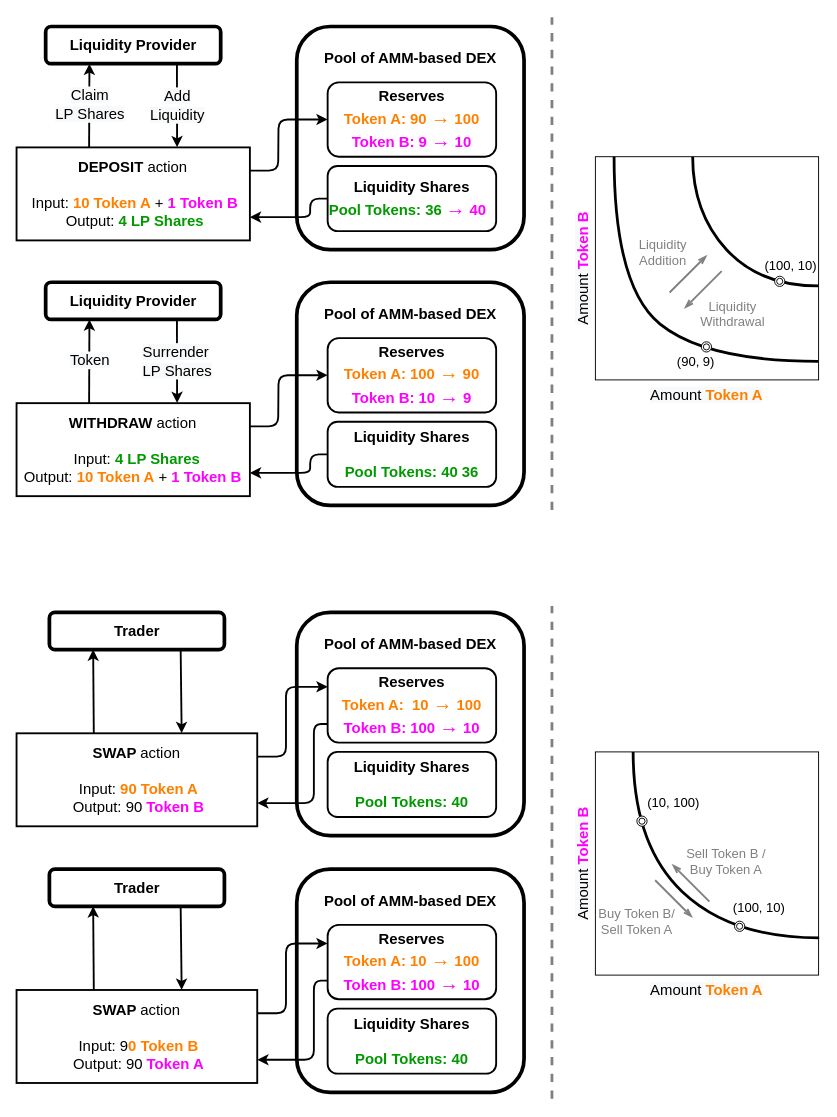
Before: page "Page-2" (2 of 2) of assets/AMM mechanism.drawio in xujiahuayz/bondingcurves, a draw.io diagram. Source tidied: cells renumbered, new cells numbered last; positions are measured from the earlier drawing's top-left corner, leaving out a move shared by most shapes. Both pictures are drawn from the tidied source at 93%, with x=0, y=0 at pixel (16, 17).
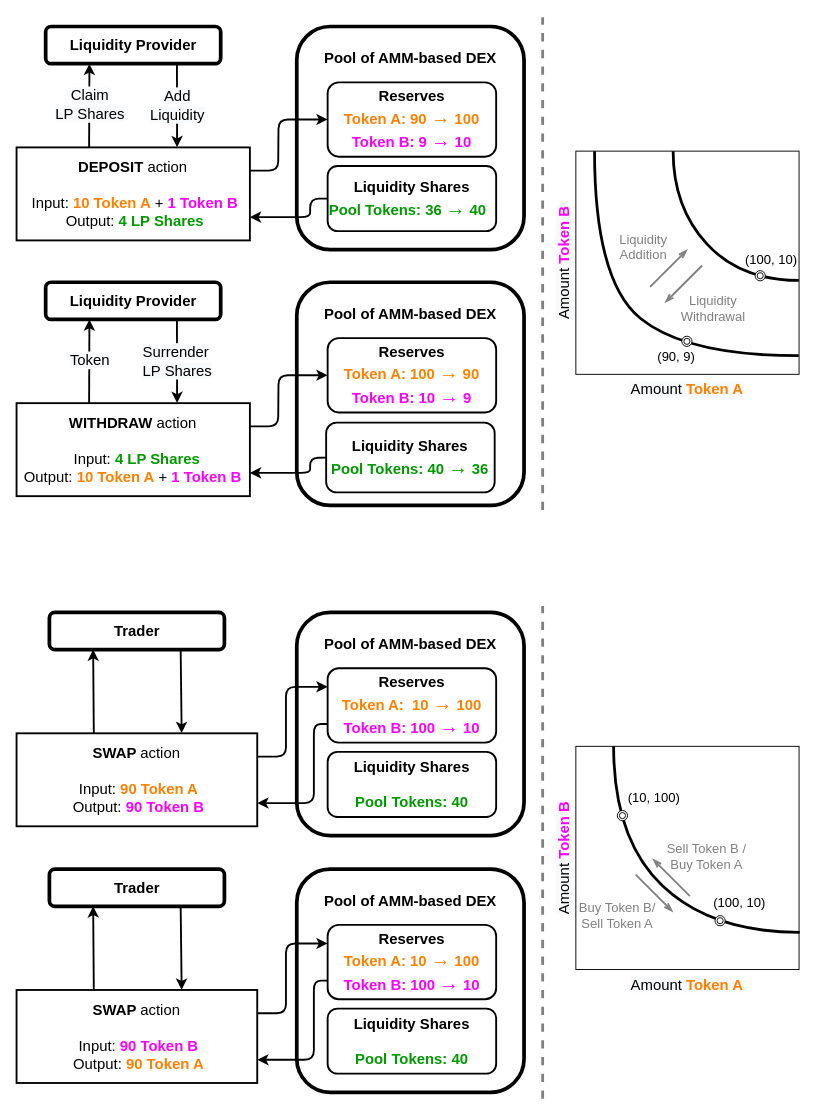
The same diagram, later.

The change refers to these unchanged cells:
```xml
<mxCell id="46" value="&lt;div&gt;&lt;b&gt;WITHDRAW&amp;nbsp;&lt;/b&gt;action&lt;/div&gt;&lt;div&gt;&lt;br&gt;&lt;/div&gt;&lt;span style=&quot;text-align: left&quot;&gt;&amp;nbsp;&lt;/span&gt;&lt;span style=&quot;text-align: left&quot;&gt;&amp;nbsp;Input:&amp;nbsp;&lt;/span&gt;&lt;font color=&quot;#009900&quot; style=&quot;text-align: left&quot;&gt;&lt;b&gt;4 LP Shares&lt;/b&gt;&lt;/font&gt;&lt;span style=&quot;text-align: left&quot;&gt;&lt;br&gt;Output: &lt;font color=&quot;#ff8000&quot;&gt;&lt;b&gt;10 Token A&lt;/b&gt;&lt;/font&gt;&lt;font color=&quot;#cc6600&quot;&gt; &lt;/font&gt;+ &lt;font color=&quot;#ff00ff&quot;&gt;&lt;b&gt;1 Token B&lt;/b&gt;&lt;/font&gt;&lt;/span&gt;" style="rounded=0;whiteSpace=wrap;html=1;shadow=0;fontSize=16;strokeWidth=2;fillColor=none;gradientColor=none;" parent="1" vertex="1">
  <mxGeometry x="0.3" y="415" width="250.9" height="100" as="geometry" />
</mxCell>
```

Diff of the diagram source:
```diff
@@
     <mxCell id="2" style="whiteSpace=wrap;html=1;rounded=0;fontColor=#FF00FF;fillColor=none;" parent="1" vertex="1">
-      <mxGeometry x="622.7" y="150" width="240" height="240" as="geometry" />
+      <mxGeometry x="601.7" y="144" width="240" height="240" as="geometry" />
     </mxCell>
@@
-    <mxCell id="7" value="&lt;b&gt;Liquidity Shares&lt;/b&gt;&lt;br&gt;&lt;font color=&quot;#009900&quot;&gt;&lt;b&gt;Pool Tokens: 36&amp;nbsp;&lt;/b&gt;&lt;/font&gt;&lt;span style=&quot;font-family: &amp;#34;arial unicode ms&amp;#34; , &amp;#34;lucida sans unicode&amp;#34; , sans-serif&quot;&gt;&lt;font color=&quot;#ff00ff&quot; style=&quot;font-size: 21px&quot;&gt;→&lt;/font&gt;&lt;/span&gt;&lt;b&gt;&lt;font color=&quot;#ff00ff&quot;&gt;&amp;nbsp;40&lt;/font&gt;&lt;/b&gt;&lt;font color=&quot;#009900&quot;&gt;&lt;b&gt;&amp;nbsp;&amp;nbsp;&lt;/b&gt;&lt;/font&gt;" style="rounded=1;whiteSpace=wrap;html=1;shadow=0;fontSize=16;strokeWidth=2;fillColor=none;gradientColor=none;" parent="1" vertex="1">
+    <mxCell id="7" value="&lt;b&gt;Liquidity Shares&lt;/b&gt;&lt;br&gt;&lt;font color=&quot;#009900&quot;&gt;&lt;b&gt;Pool Tokens: 36&amp;nbsp;&lt;/b&gt;&lt;span style=&quot;font-family: &amp;#34;arial unicode ms&amp;#34; , &amp;#34;lucida sans unicode&amp;#34; , sans-serif&quot;&gt;&lt;font style=&quot;font-size: 21px&quot;&gt;→&lt;/font&gt;&lt;/span&gt;&lt;b&gt;&amp;nbsp;40&lt;/b&gt;&lt;b&gt;&amp;nbsp;&amp;nbsp;&lt;/b&gt;&lt;/font&gt;" style="rounded=1;whiteSpace=wrap;html=1;shadow=0;fontSize=16;strokeWidth=2;fillColor=none;gradientColor=none;" parent="1" vertex="1">
       <mxGeometry x="334.8" y="160" width="181.2" height="70" as="geometry" />
     </mxCell>
@@
     <mxCell id="13" value="&lt;span style=&quot;font-family: &amp;#34;helvetica&amp;#34; ; font-size: 16px ; font-style: normal ; letter-spacing: normal ; text-indent: 0px ; text-transform: none ; word-spacing: 0px ; background-color: rgb(248 , 249 , 250) ; display: inline ; float: none&quot;&gt;Amount&lt;font color=&quot;#ff8000&quot; style=&quot;font-weight: bold&quot;&gt; Token A&lt;/font&gt;&lt;/span&gt;" style="text;whiteSpace=wrap;html=1;align=center;" parent="1" vertex="1">
-      <mxGeometry x="658.4" y="390" width="168.6" height="30" as="geometry" />
+      <mxGeometry x="637.4" y="384" width="168.6" height="30" as="geometry" />
     </mxCell>
     <mxCell id="14" value="&lt;span style=&quot;font-family: &amp;#34;helvetica&amp;#34; ; font-size: 16px ; font-style: normal ; letter-spacing: normal ; text-indent: 0px ; text-transform: none ; word-spacing: 0px ; background-color: rgb(248 , 249 , 250) ; display: inline ; float: none&quot;&gt;Amount&lt;b style=&quot;color: rgb(255 , 0 , 255)&quot;&gt; Token B&lt;/b&gt;&lt;/span&gt;" style="text;whiteSpace=wrap;html=1;rotation=-90;align=center;" parent="1" vertex="1">
-      <mxGeometry x="533.3" y="255" width="150" height="30" as="geometry" />
+      <mxGeometry x="512.3" y="249" width="150" height="30" as="geometry" />
     </mxCell>
@@
-    <mxCell id="16" value="&lt;div&gt;&lt;b&gt;SWAP &lt;/b&gt;action&lt;/div&gt;&lt;div&gt;&lt;br&gt;&lt;/div&gt;&lt;span style=&quot;text-align: left&quot;&gt;&amp;nbsp;Input: &lt;font color=&quot;#ff8000&quot;&gt;&lt;b&gt;90 Token A&lt;/b&gt;&lt;/font&gt;&lt;/span&gt;&lt;br style=&quot;text-align: left&quot;&gt;&lt;span style=&quot;text-align: left&quot;&gt;&amp;nbsp;Output: 90&lt;font color=&quot;#ff00ff&quot;&gt;&lt;b&gt;&amp;nbsp;Token B&lt;/b&gt;&lt;/font&gt;&lt;/span&gt;" style="rounded=0;whiteSpace=wrap;html=1;shadow=0;fontSize=16;strokeWidth=2;fillColor=none;gradientColor=none;" parent="1" vertex="1">
+    <mxCell id="16" value="&lt;div&gt;&lt;b&gt;SWAP &lt;/b&gt;action&lt;/div&gt;&lt;div&gt;&lt;br&gt;&lt;/div&gt;&lt;span style=&quot;text-align: left&quot;&gt;&amp;nbsp;Input: &lt;font color=&quot;#ff8000&quot;&gt;&lt;b&gt;90 Token A&lt;/b&gt;&lt;/font&gt;&lt;/span&gt;&lt;br style=&quot;text-align: left&quot;&gt;&lt;span style=&quot;text-align: left&quot;&gt;&amp;nbsp;Output: &lt;b&gt;&lt;font color=&quot;#ff00ff&quot;&gt;90&lt;/font&gt;&lt;/b&gt;&lt;font color=&quot;#ff00ff&quot;&gt;&lt;b&gt;&amp;nbsp;Token B&lt;/b&gt;&lt;/font&gt;&lt;/span&gt;" style="rounded=0;whiteSpace=wrap;html=1;shadow=0;fontSize=16;strokeWidth=2;fillColor=none;gradientColor=none;" parent="1" vertex="1">
       <mxGeometry x="0.3" y="770" width="258.8" height="100" as="geometry" />
     </mxCell>
@@
     <mxCell id="21" style="curved=1;endArrow=none;html=1;rounded=0;fontColor=#FF00FF;startArrow=none;startFill=0;endFill=0;strokeWidth=3;" parent="1" edge="1">
       <mxGeometry relative="1" as="geometry">
-        <mxPoint x="862.3" y="370" as="sourcePoint" />
-        <mxPoint x="642.8" y="150" as="targetPoint" />
+        <mxPoint x="841.3" y="364" as="sourcePoint" />
+        <mxPoint x="621.8" y="144" as="targetPoint" />
         <Array as="points">
-          <mxPoint x="741.8" y="370" />
-          <mxPoint x="642.8" y="290" />
+          <mxPoint x="720.8" y="364" />
+          <mxPoint x="621.8" y="284" />
         </Array>
       </mxGeometry>
     </mxCell>
     <mxCell id="22" style="ellipse;shape=doubleEllipse;whiteSpace=wrap;html=1;" parent="1" vertex="1">
-      <mxGeometry x="736.6" y="349" width="11" height="11" as="geometry" />
+      <mxGeometry x="715.6" y="343" width="11" height="11" as="geometry" />
     </mxCell>
     <mxCell id="23" value="&lt;font color=&quot;#000000&quot; style=&quot;font-size: 14px&quot;&gt;(90, 9)&lt;/font&gt;" style="text;html=1;strokeColor=none;fillColor=none;align=center;verticalAlign=middle;whiteSpace=wrap;rounded=0;labelBackgroundColor=none;fontColor=#FFFFFF;" parent="1" vertex="1">
-      <mxGeometry x="701.3" y="356" width="60" height="30" as="geometry" />
+      <mxGeometry x="680.3" y="350" width="60" height="30" as="geometry" />
     </mxCell>
     <mxCell id="24" value="&lt;font color=&quot;#000000&quot; style=&quot;font-size: 14px&quot;&gt;(100, 10)&lt;/font&gt;" style="text;html=1;strokeColor=none;fillColor=none;align=center;verticalAlign=middle;whiteSpace=wrap;rounded=0;labelBackgroundColor=none;fontColor=#FFFFFF;" parent="1" vertex="1">
-      <mxGeometry x="802.7" y="251.5" width="60" height="30" as="geometry" />
+      <mxGeometry x="781.7" y="245.5" width="60" height="30" as="geometry" />
     </mxCell>
     <mxCell id="25" style="endArrow=openThin;html=1;rounded=0;fillColor=#f5f5f5;strokeColor=#808080;strokeWidth=2;endFill=0;" parent="1" edge="1">
       <mxGeometry relative="1" as="geometry">
-        <mxPoint x="702.5" y="296" as="sourcePoint" />
-        <mxPoint x="742.6" y="256" as="targetPoint" />
+        <mxPoint x="681.5" y="290" as="sourcePoint" />
+        <mxPoint x="721.6" y="250" as="targetPoint" />
       </mxGeometry>
     </mxCell>
     <mxCell id="26" style="endArrow=openThin;html=1;rounded=0;fillColor=#f5f5f5;strokeColor=#808080;strokeWidth=2;endFill=0;" parent="1" edge="1">
       <mxGeometry relative="1" as="geometry">
-        <mxPoint x="758.5" y="273" as="sourcePoint" />
-        <mxPoint x="718.5" y="313" as="targetPoint" />
+        <mxPoint x="737.5" y="267" as="sourcePoint" />
+        <mxPoint x="697.5" y="307" as="targetPoint" />
       </mxGeometry>
     </mxCell>
     <mxCell id="27" value="&lt;font style=&quot;font-size: 14px&quot; color=&quot;#808080&quot;&gt;Liquidity&lt;br&gt;Addition&lt;/font&gt;" style="text;html=1;align=center;verticalAlign=middle;strokeColor=none;fillColor=none;fontColor=#000000;" parent="1" vertex="1">
-      <mxGeometry x="659.8" y="233" width="70" height="40" as="geometry" />
+      <mxGeometry x="638.8" y="227" width="70" height="40" as="geometry" />
     </mxCell>
     <mxCell id="28" value="&lt;font style=&quot;font-size: 14px&quot; color=&quot;#808080&quot;&gt;Liquidity&lt;br&gt;Withdrawal&lt;/font&gt;" style="text;html=1;align=center;verticalAlign=middle;strokeColor=none;fillColor=none;fontColor=#000000;" parent="1" vertex="1">
-      <mxGeometry x="729.7" y="299" width="80" height="40" as="geometry" />
+      <mxGeometry x="708.7" y="293" width="80" height="40" as="geometry" />
     </mxCell>
     <mxCell id="29" style="whiteSpace=wrap;html=1;rounded=0;fontColor=#FF00FF;fillColor=none;" parent="1" vertex="1">
-      <mxGeometry x="622.7" y="790" width="240" height="240" as="geometry" />
+      <mxGeometry x="601.7" y="784" width="240" height="240" as="geometry" />
     </mxCell>
     <mxCell id="30" value="&lt;span style=&quot;font-family: &amp;#34;helvetica&amp;#34; ; font-size: 16px ; font-style: normal ; letter-spacing: normal ; text-indent: 0px ; text-transform: none ; word-spacing: 0px ; background-color: rgb(248 , 249 , 250) ; display: inline ; float: none&quot;&gt;Amount&lt;font color=&quot;#ff8000&quot; style=&quot;font-weight: bold&quot;&gt; Token A&lt;/font&gt;&lt;/span&gt;" style="text;whiteSpace=wrap;html=1;align=center;" parent="1" vertex="1">
-      <mxGeometry x="658.4" y="1030" width="168.6" height="30" as="geometry" />
+      <mxGeometry x="637.4" y="1024" width="168.6" height="30" as="geometry" />
     </mxCell>
     <mxCell id="31" value="&lt;span style=&quot;font-family: &amp;#34;helvetica&amp;#34; ; font-size: 16px ; font-style: normal ; letter-spacing: normal ; text-indent: 0px ; text-transform: none ; word-spacing: 0px ; background-color: rgb(248 , 249 , 250) ; display: inline ; float: none&quot;&gt;Amount&lt;b style=&quot;color: rgb(255 , 0 , 255)&quot;&gt; Token B&lt;/b&gt;&lt;/span&gt;" style="text;whiteSpace=wrap;html=1;rotation=-90;align=center;" parent="1" vertex="1">
-      <mxGeometry x="533.3" y="895" width="150" height="30" as="geometry" />
+      <mxGeometry x="512.3" y="889" width="150" height="30" as="geometry" />
     </mxCell>
     <mxCell id="32" style="curved=1;endArrow=none;html=1;rounded=0;fontColor=#FF00FF;startArrow=none;startFill=0;endFill=0;strokeWidth=3;" parent="1" edge="1">
       <mxGeometry relative="1" as="geometry">
-        <mxPoint x="863.3" y="990" as="sourcePoint" />
-        <mxPoint x="663.3" y="790" as="targetPoint" />
+        <mxPoint x="842.3" y="984" as="sourcePoint" />
+        <mxPoint x="642.3" y="784" as="targetPoint" />
         <Array as="points">
-          <mxPoint x="768.3" y="990" />
-          <mxPoint x="663.3" y="890" />
+          <mxPoint x="747.3" y="984" />
+          <mxPoint x="642.3" y="884" />
         </Array>
       </mxGeometry>
     </mxCell>
     <mxCell id="33" style="ellipse;shape=doubleEllipse;whiteSpace=wrap;html=1;" parent="1" vertex="1">
-      <mxGeometry x="772.3" y="972" width="11" height="11" as="geometry" />
+      <mxGeometry x="751.3" y="966" width="11" height="11" as="geometry" />
     </mxCell>
     <mxCell id="34" value="&lt;font color=&quot;#000000&quot; style=&quot;font-size: 14px&quot;&gt;(100, 10)&lt;/font&gt;" style="text;html=1;strokeColor=none;fillColor=none;align=center;verticalAlign=middle;whiteSpace=wrap;rounded=0;labelBackgroundColor=none;fontColor=#FFFFFF;" parent="1" vertex="1">
-      <mxGeometry x="769.3" y="943" width="60" height="30" as="geometry" />
+      <mxGeometry x="748.3" y="937" width="60" height="30" as="geometry" />
     </mxCell>
     <mxCell id="35" style="endArrow=openThin;html=1;rounded=0;fillColor=#f5f5f5;strokeColor=#808080;strokeWidth=2;endFill=0;" parent="1" edge="1">
       <mxGeometry relative="1" as="geometry">
-        <mxPoint x="745.3" y="951" as="sourcePoint" />
-        <mxPoint x="705.3" y="911" as="targetPoint" />
+        <mxPoint x="724.3" y="945" as="sourcePoint" />
+        <mxPoint x="684.3" y="905" as="targetPoint" />
       </mxGeometry>
     </mxCell>
     <mxCell id="36" value="&lt;font style=&quot;font-size: 14px&quot; color=&quot;#808080&quot;&gt;Sell Token B /&lt;br&gt;Buy Token A&lt;/font&gt;" style="text;html=1;align=center;verticalAlign=middle;strokeColor=none;fillColor=none;fontColor=#000000;" parent="1" vertex="1">
-      <mxGeometry x="713.3" y="888" width="100" height="40" as="geometry" />
+      <mxGeometry x="692.3" y="882" width="100" height="40" as="geometry" />
     </mxCell>
     <mxCell id="37" style="endArrow=none;html=1;rounded=0;fillColor=#f5f5f5;strokeColor=#808080;strokeWidth=2;endFill=0;startArrow=openThin;startFill=0;" parent="1" edge="1">
       <mxGeometry relative="1" as="geometry">
-        <mxPoint x="727" y="968" as="sourcePoint" />
-        <mxPoint x="687" y="928" as="targetPoint" />
+        <mxPoint x="706" y="962" as="sourcePoint" />
+        <mxPoint x="666" y="922" as="targetPoint" />
       </mxGeometry>
     </mxCell>
     <mxCell id="38" value="&lt;font style=&quot;font-size: 14px&quot; color=&quot;#808080&quot;&gt;Buy Token B/&lt;br&gt;Sell Token A&lt;/font&gt;" style="text;html=1;align=center;verticalAlign=middle;strokeColor=none;fillColor=none;fontColor=#000000;" parent="1" vertex="1">
-      <mxGeometry x="616.7" y="952" width="100" height="40" as="geometry" />
+      <mxGeometry x="595.7" y="946" width="100" height="40" as="geometry" />
     </mxCell>
     <mxCell id="39" style="curved=1;endArrow=none;html=1;rounded=0;fontColor=#FF00FF;startArrow=none;startFill=0;endFill=0;strokeWidth=3;exitX=0.995;exitY=0.579;exitDx=0;exitDy=0;exitPerimeter=0;" parent="1" edge="1">
       <mxGeometry relative="1" as="geometry">
-        <mxPoint x="862.5" y="289" as="sourcePoint" />
-        <mxPoint x="727.3" y="150" as="targetPoint" />
+        <mxPoint x="841.5" y="283" as="sourcePoint" />
+        <mxPoint x="706.3" y="144" as="targetPoint" />
         <Array as="points">
-          <mxPoint x="799.3" y="289" />
-          <mxPoint x="727.3" y="210" />
+          <mxPoint x="778.3" y="283" />
+          <mxPoint x="706.3" y="204" />
         </Array>
       </mxGeometry>
     </mxCell>
     <mxCell id="40" style="ellipse;shape=doubleEllipse;whiteSpace=wrap;html=1;" parent="1" vertex="1">
-      <mxGeometry x="815.4" y="278.5" width="11" height="11" as="geometry" />
+      <mxGeometry x="794.4" y="272.5" width="11" height="11" as="geometry" />
     </mxCell>
     <mxCell id="41" style="ellipse;shape=doubleEllipse;whiteSpace=wrap;html=1;" parent="1" vertex="1">
-      <mxGeometry x="667.3" y="859" width="11" height="11" as="geometry" />
+      <mxGeometry x="646.3" y="853" width="11" height="11" as="geometry" />
     </mxCell>
     <mxCell id="42" value="&lt;font color=&quot;#000000&quot; style=&quot;font-size: 14px&quot;&gt;(10, 100)&lt;/font&gt;" style="text;html=1;strokeColor=none;fillColor=none;align=center;verticalAlign=middle;whiteSpace=wrap;rounded=0;labelBackgroundColor=none;fontColor=#FFFFFF;" parent="1" vertex="1">
-      <mxGeometry x="677.2" y="830" width="60" height="30" as="geometry" />
+      <mxGeometry x="656.2" y="824" width="60" height="30" as="geometry" />
     </mxCell>
     <mxCell id="43" style="endArrow=none;dashed=1;html=1;rounded=0;fontSize=14;fontColor=#808080;strokeColor=#808080;strokeWidth=3;fillColor=#000000;" parent="1" edge="1">
       <mxGeometry relative="1" as="geometry">
-        <mxPoint x="576" y="530" as="sourcePoint" />
-        <mxPoint x="576" as="targetPoint" />
+        <mxPoint x="566" y="530" as="sourcePoint" />
+        <mxPoint x="566" as="targetPoint" />
       </mxGeometry>
     </mxCell>
@@
-    <mxCell id="48" value="&lt;b&gt;Liquidity Shares&lt;br&gt;&lt;/b&gt;&lt;br&gt;&lt;font color=&quot;#009900&quot;&gt;&lt;b&gt;Pool Tokens: 40 36&lt;/b&gt;&lt;/font&gt;" style="rounded=1;whiteSpace=wrap;html=1;shadow=0;fontSize=16;strokeWidth=2;fillColor=none;gradientColor=none;" parent="1" vertex="1">
-      <mxGeometry x="334.8" y="435" width="181.2" height="70" as="geometry" />
+    <mxCell id="48" value="&lt;b&gt;Liquidity Shares&lt;br&gt;&lt;/b&gt;&lt;font color=&quot;#009900&quot;&gt;&lt;b&gt;Pool Tokens: 40&lt;/b&gt;&lt;/font&gt;&lt;b style=&quot;color: rgb(0 , 153 , 0)&quot;&gt;&amp;nbsp;&lt;/b&gt;&lt;span style=&quot;color: rgb(0 , 153 , 0) ; font-family: &amp;#34;arial unicode ms&amp;#34; , &amp;#34;lucida sans unicode&amp;#34; , sans-serif&quot;&gt;&lt;font style=&quot;font-size: 21px&quot;&gt;→&lt;/font&gt;&lt;/span&gt;&lt;b style=&quot;color: rgb(0 , 153 , 0)&quot;&gt;&amp;nbsp;&lt;/b&gt;&lt;font color=&quot;#009900&quot;&gt;&lt;b&gt;36&lt;/b&gt;&lt;/font&gt;" style="rounded=1;whiteSpace=wrap;html=1;shadow=0;fontSize=16;strokeWidth=2;fillColor=none;gradientColor=none;" parent="1" vertex="1">
+      <mxGeometry x="333.2" y="436" width="181.2" height="75" as="geometry" />
     </mxCell>
@@
     <mxCell id="53" style="endArrow=classic;html=1;rounded=1;fontSize=16;strokeWidth=2;entryX=1;entryY=0.75;entryDx=0;entryDy=0;exitX=0;exitY=0.5;exitDx=0;exitDy=0;" parent="1" edge="1" source="48" target="46">
       <mxGeometry relative="1" as="geometry">
         <Array as="points">
-          <mxPoint x="316" y="470" />
+          <mxPoint x="316" y="474" />
           <mxPoint x="316" y="490" />
         </Array>
       </mxGeometry>
     </mxCell>
@@
-    <mxCell id="58" value="&lt;div&gt;&lt;b&gt;SWAP &lt;/b&gt;action&lt;/div&gt;&lt;div&gt;&lt;br&gt;&lt;/div&gt;&lt;span style=&quot;text-align: left&quot;&gt;&amp;nbsp;Input: 9&lt;font color=&quot;#ff8000&quot;&gt;&lt;b&gt;0 Token B&lt;/b&gt;&lt;/font&gt;&lt;/span&gt;&lt;br style=&quot;text-align: left&quot;&gt;&lt;span style=&quot;text-align: left&quot;&gt;&amp;nbsp;Output: 90&lt;font color=&quot;#ff00ff&quot;&gt;&lt;b&gt;&amp;nbsp;Token A&lt;/b&gt;&lt;/font&gt;&lt;/span&gt;" style="rounded=0;whiteSpace=wrap;html=1;shadow=0;fontSize=16;strokeWidth=2;fillColor=none;gradientColor=none;" parent="1" vertex="1">
+    <mxCell id="58" value="&lt;div&gt;&lt;b&gt;SWAP &lt;/b&gt;action&lt;/div&gt;&lt;div&gt;&lt;br&gt;&lt;/div&gt;&lt;span style=&quot;text-align: left&quot;&gt;&amp;nbsp;Input: &lt;b&gt;&lt;font color=&quot;#ff00ff&quot;&gt;90 Token B&lt;/font&gt;&lt;/b&gt;&lt;/span&gt;&lt;br style=&quot;text-align: left&quot;&gt;&lt;span style=&quot;text-align: left&quot;&gt;&amp;nbsp;Output: &lt;font color=&quot;#ff8000&quot;&gt;&lt;b&gt;90&amp;nbsp;Token A&lt;/b&gt;&lt;/font&gt;&lt;/span&gt;" style="rounded=0;whiteSpace=wrap;html=1;shadow=0;fontSize=16;strokeWidth=2;fillColor=none;gradientColor=none;" parent="1" vertex="1">
       <mxGeometry x="0.3" y="1046" width="258.8" height="100" as="geometry" />
     </mxCell>
@@
     <mxCell id="66" style="endArrow=none;dashed=1;html=1;rounded=0;fontSize=14;fontColor=#808080;strokeColor=#808080;strokeWidth=3;fillColor=#000000;" parent="1" edge="1">
       <mxGeometry relative="1" as="geometry">
-        <mxPoint x="576" y="1163" as="sourcePoint" />
-        <mxPoint x="576" y="633" as="targetPoint" />
+        <mxPoint x="566" y="1163" as="sourcePoint" />
+        <mxPoint x="566" y="633" as="targetPoint" />
       </mxGeometry>
     </mxCell>
```
